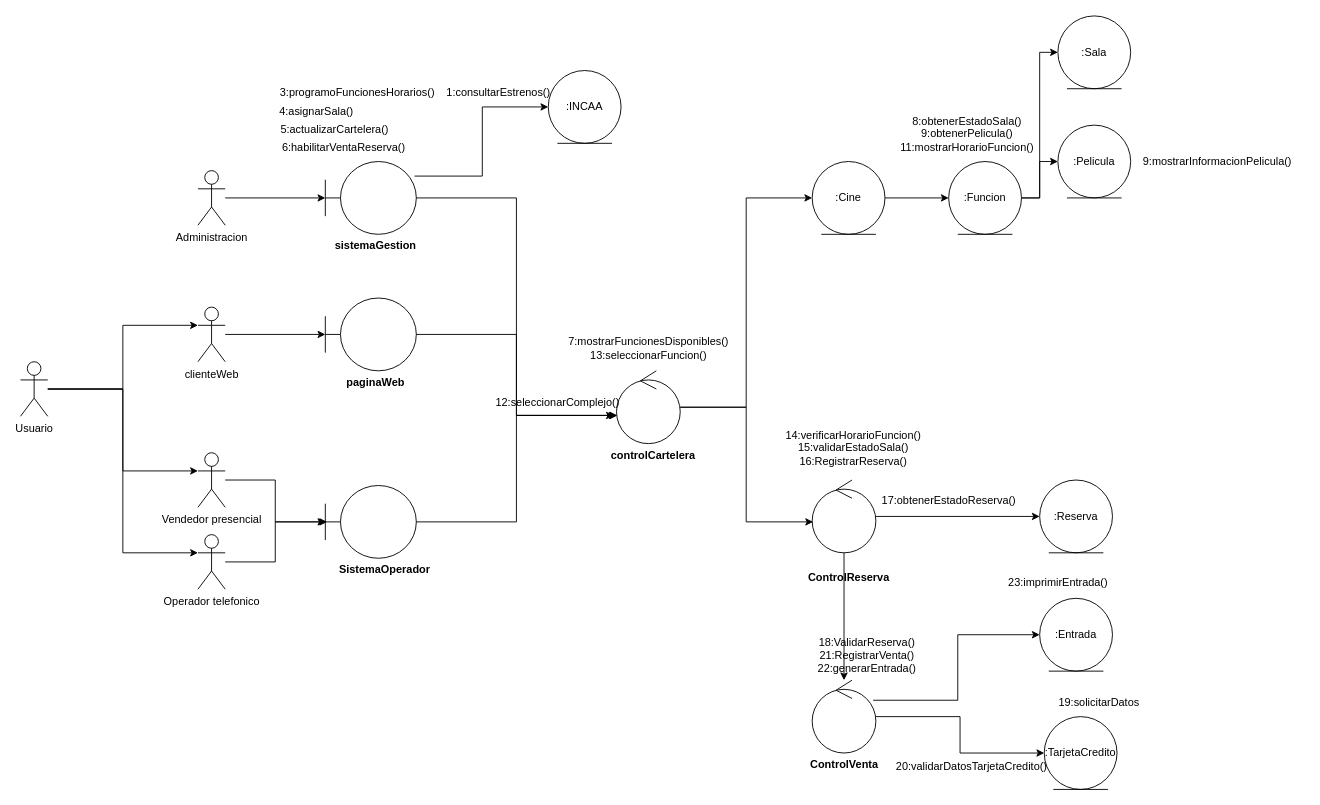
PCalderon77/Bases-de-datos1-ISSD keeps this draw.io diagram as Parcial_1_Analisis_de_sistemas.drawio. Above is the earlier version. Source tidied: cells renumbered, new cells numbered last; positions are measured from the earlier drawing's top-left corner, leaving out a move shared by most shapes. Both pictures are drawn from the tidied source at 91%, with x=0, y=0 at pixel (20, 15).
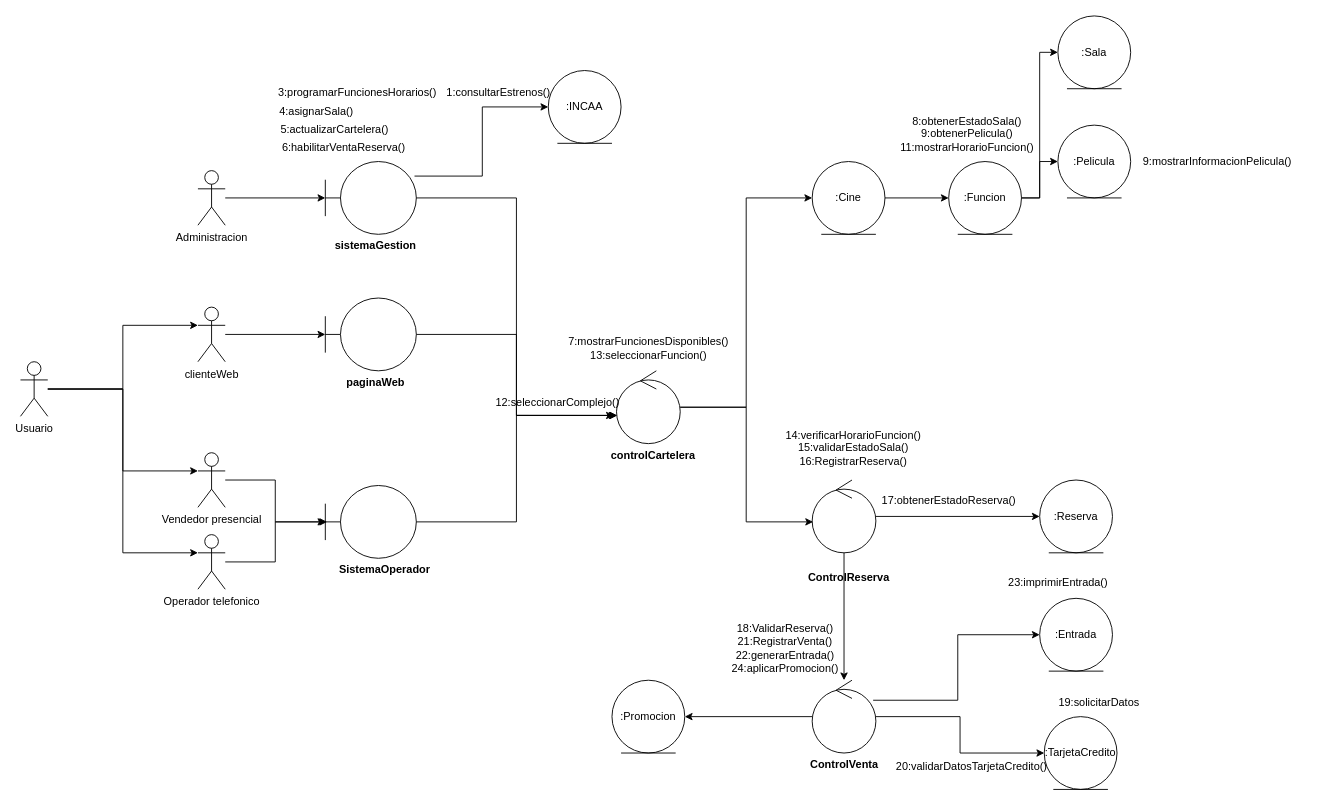
Above is the later version.

The change refers to these unchanged cells:
```xml
<mxCell id="43" style="ellipse;shape=umlControl;whiteSpace=wrap;html=1;" parent="1" vertex="1">
  <mxGeometry x="870" y="730" width="70" height="80" as="geometry" />
</mxCell>
```

Change to the diagram source:
```diff
@@
-    <mxCell id="30" value="3:programoFuncionesHorarios()" style="text;html=1;align=center;verticalAlign=middle;strokeColor=none;fillColor=none;" parent="1" vertex="1">
-      <mxGeometry x="275" y="70" width="190" height="30" as="geometry" />
+    <mxCell id="30" value="3:programarFuncionesHorarios()" style="text;html=1;align=center;verticalAlign=middle;strokeColor=none;fillColor=none;" parent="1" vertex="1">
+      <mxGeometry x="270" y="70" width="200" height="30" as="geometry" />
     </mxCell>
@@
+    <mxCell id="62" style="edgeStyle=orthogonalEdgeStyle;rounded=0;jettySize=auto;html=1;entryX=1;entryY=0.5;entryDx=0;entryDy=0;" parent="1" edge="1" source="43" target="63">
+      <mxGeometry relative="1" as="geometry" />
+    </mxCell>
@@
-    <mxCell id="57" value="18:ValidarReserva()&lt;br&gt;21:RegistrarVenta()&lt;br&gt;22:generarEntrada()" style="text;html=1;align=center;verticalAlign=middle;strokeColor=none;fillColor=none;" parent="1" vertex="1">
-      <mxGeometry x="865" y="673" width="130" height="60" as="geometry" />
+    <mxCell id="57" value="18:ValidarReserva()&lt;br&gt;21:RegistrarVenta()&lt;br&gt;22:generarEntrada()&lt;br&gt;24:aplicarPromocion()" style="text;html=1;align=center;verticalAlign=middle;strokeColor=none;fillColor=none;" parent="1" vertex="1">
+      <mxGeometry x="770" y="660" width="140" height="70" as="geometry" />
     </mxCell>
@@
+    <mxCell id="63" value=":Promocion" style="ellipse;shape=umlEntity;whiteSpace=wrap;html=1;" parent="1" vertex="1">
+      <mxGeometry x="650" y="730" width="80" height="80" as="geometry" />
+    </mxCell>
```
